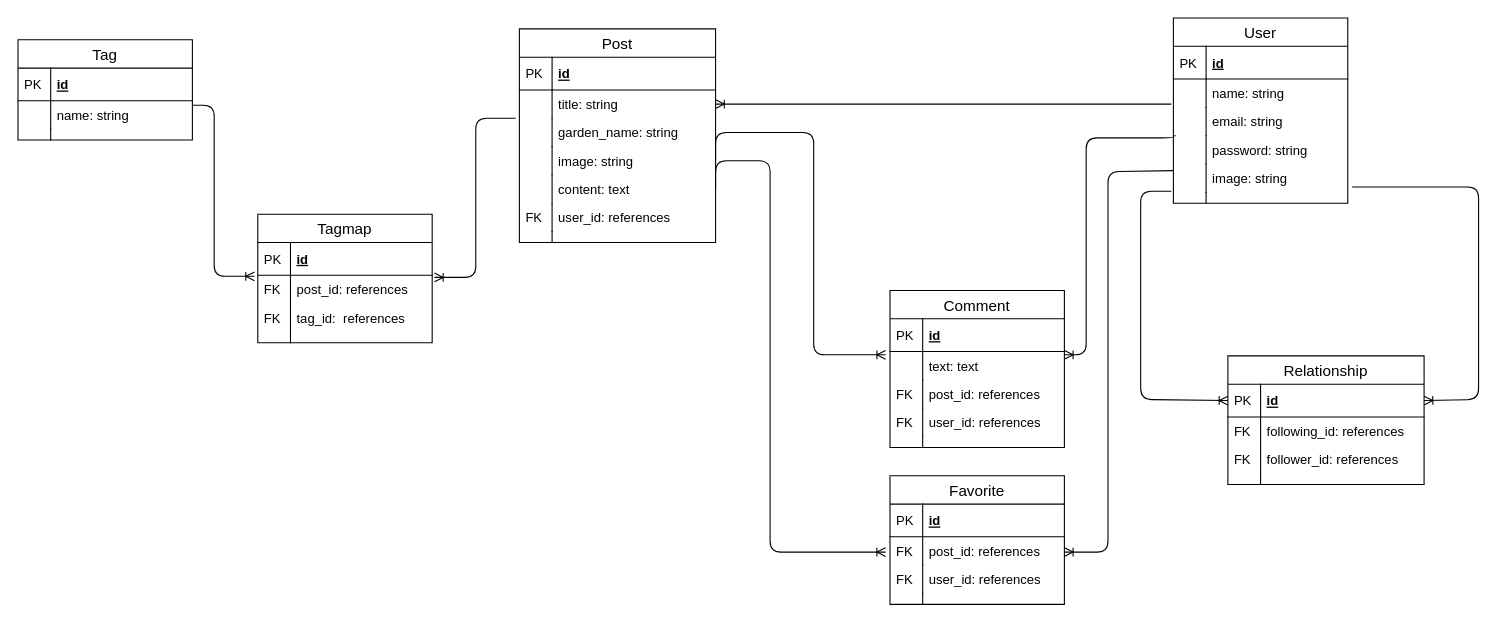
This is niwaai.drawio from TakashiAoki5816/niwaai, a draw.io file, before an edit. Source tidied: cells renumbered, new cells numbered last; positions are measured from the earlier drawing's top-left corner, leaving out a move shared by most shapes. Both pictures are drawn from the tidied source at 109%, with x=0, y=0 at pixel (17, 17).
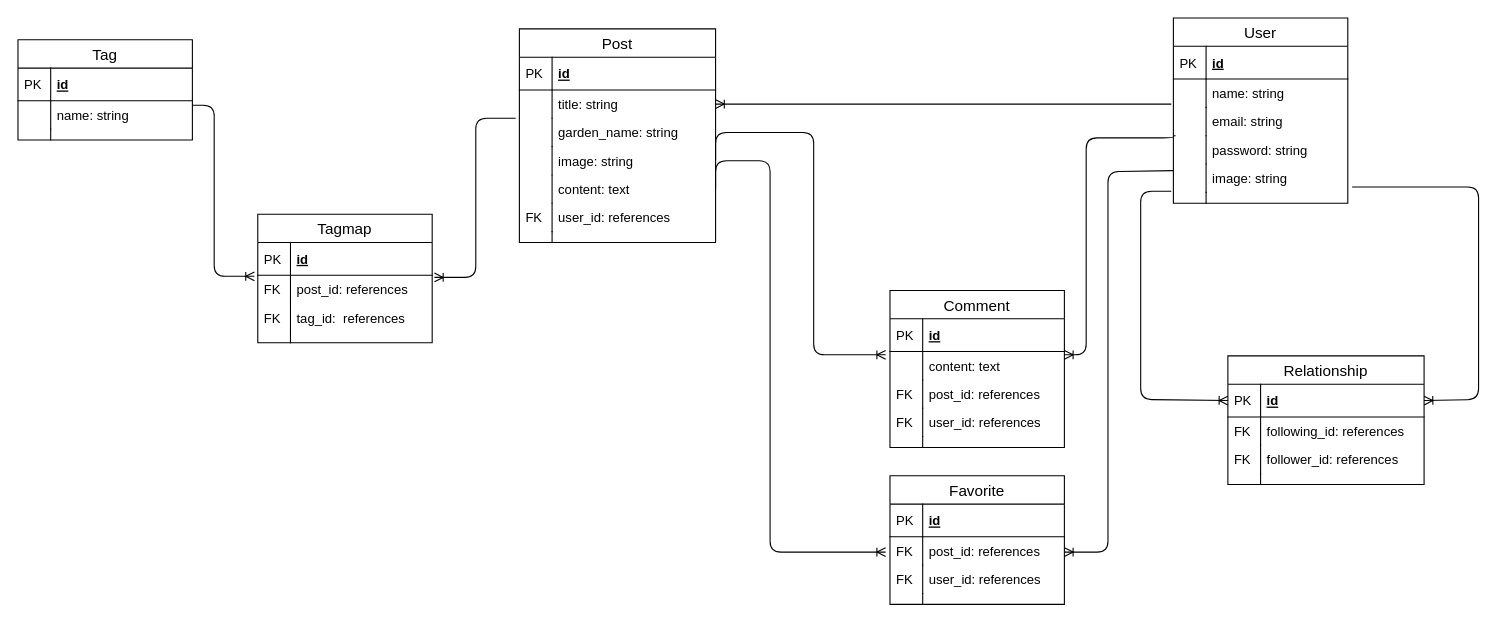
Above is the later version.

The change refers to these unchanged cells:
```xml
<mxCell id="11" value="Comment" style="swimlane;fontStyle=0;horizontal=1;startSize=26;align=center;fontSize=14;" parent="1" vertex="1">
  <mxGeometry x="800" y="250" width="160" height="144" as="geometry" />
</mxCell>
```

The edit, as a diff of the source:
```diff
@@
-    <mxCell id="14" value="text: text" style="shape=partialRectangle;top=0;left=0;right=0;bottom=0;align=left;verticalAlign=top;fillColor=none;spacingLeft=34;spacingRight=4;overflow=hidden;points=[[0,0.5],[1,0.5]];portConstraint=eastwest;fontSize=12;" parent="11" vertex="1">
+    <mxCell id="14" value="content: text" style="shape=partialRectangle;top=0;left=0;right=0;bottom=0;align=left;verticalAlign=top;fillColor=none;spacingLeft=34;spacingRight=4;overflow=hidden;points=[[0,0.5],[1,0.5]];portConstraint=eastwest;fontSize=12;" parent="11" vertex="1">
       <mxGeometry y="56" width="160" height="26" as="geometry" />
     </mxCell>
```
